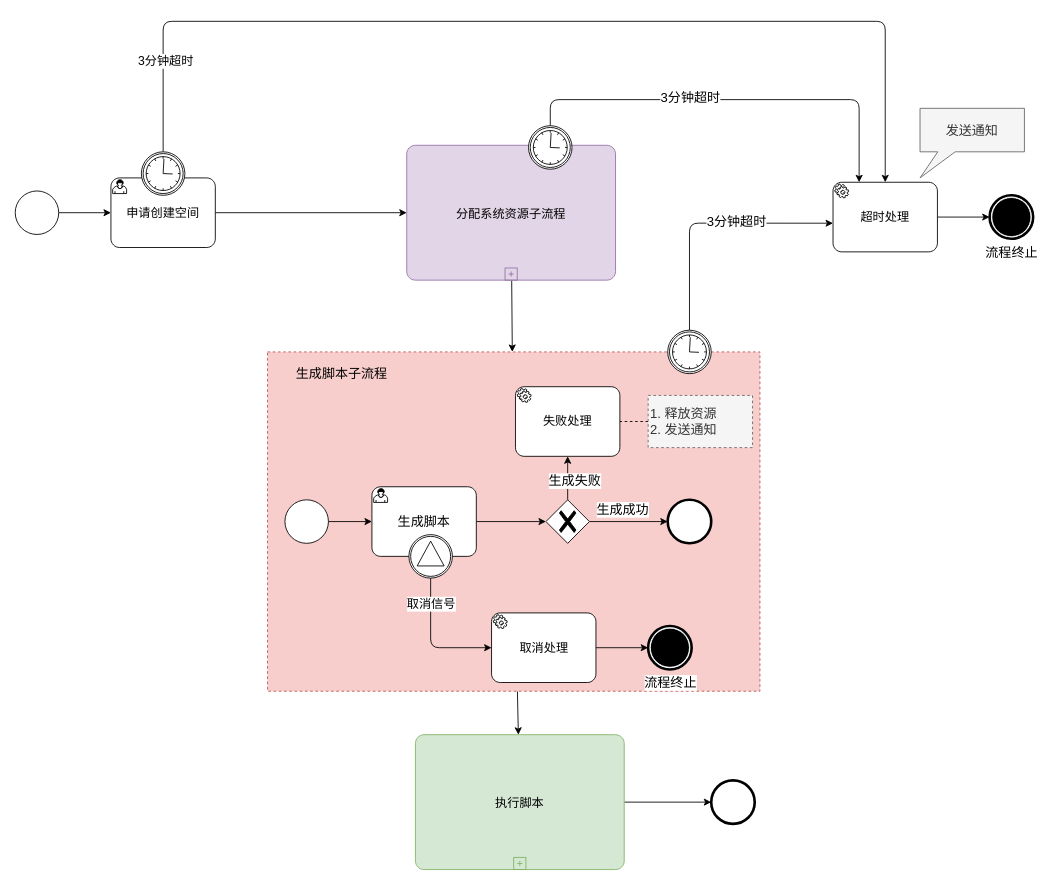
codepodspace/codepod-docs keeps this draw.io diagram as page "工作流-细化生成脚本" (3 of 6) of blog/business_observable/002/_design/design.drawio. Above is the earlier version. Source tidied: cells renumbered, new cells numbered last; positions are measured from the earlier drawing's top-left corner, leaving out a move shared by most shapes. Both pictures are drawn from the tidied source at 87%, with x=0, y=0 at pixel (15, 21).
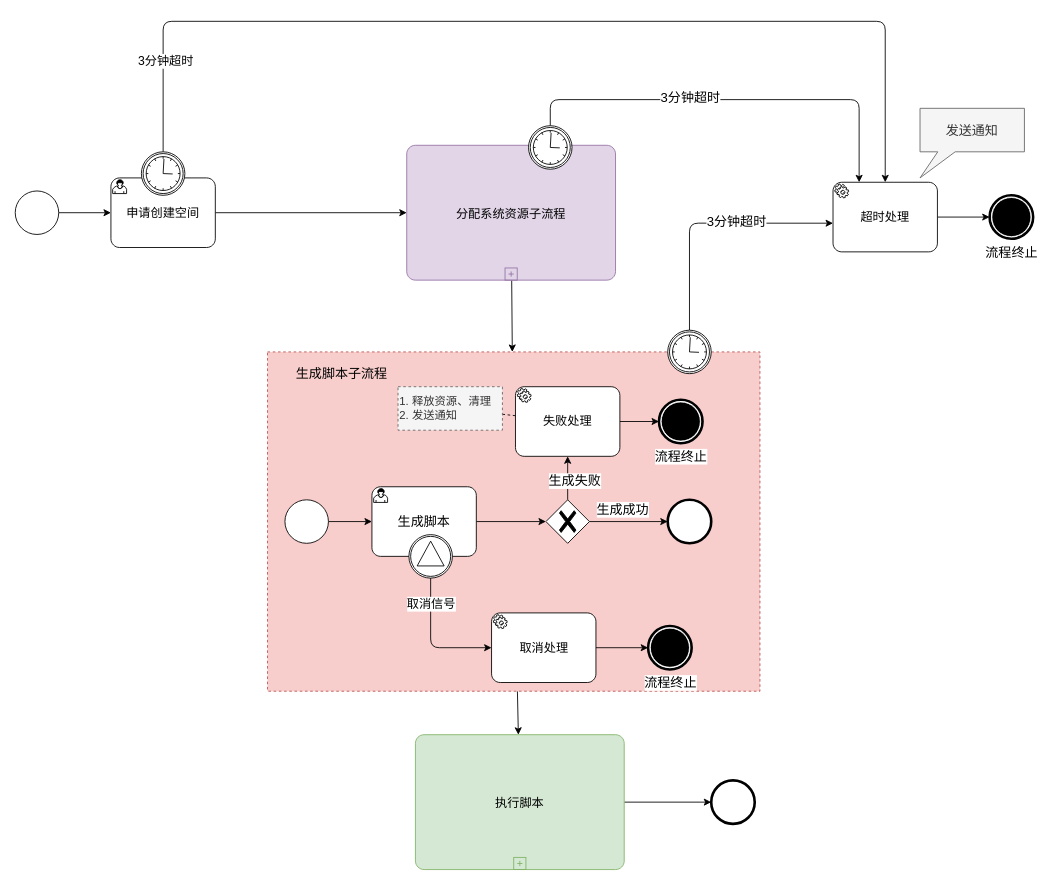
Above is the later version.

Unchanged cells that the change refers to:
```xml
<mxCell id="31" value="失败处理" style="points=[[0.25,0,0],[0.5,0,0],[0.75,0,0],[1,0.25,0],[1,0.5,0],[1,0.75,0],[0.75,1,0],[0.5,1,0],[0.25,1,0],[0,0.75,0],[0,0.5,0],[0,0.25,0]];shape=mxgraph.bpmn.task;whiteSpace=wrap;rectStyle=rounded;size=10;html=1;taskMarker=service;fontSize=14;" parent="1" vertex="1">
  <mxGeometry x="575" y="420" width="120" height="80" as="geometry" />
</mxCell>
```

Change to the diagram source:
```diff
@@
+    <mxCell id="46" style="edgeStyle=none;html=1;fontSize=13;" parent="1" edge="1" source="31" target="47">
+      <mxGeometry relative="1" as="geometry" />
+    </mxCell>
@@
-    <mxCell id="42" value="1. 释放资源&lt;br&gt;2. 发送通知" style="whiteSpace=wrap;html=1;fontSize=15;dashed=1;align=left;fillColor=#f5f5f5;fontColor=#333333;strokeColor=#666666;" parent="1" vertex="1">
-      <mxGeometry x="727.5" y="430" width="120" height="60" as="geometry" />
+    <mxCell id="42" value="1. 释放资源、清理&lt;br style=&quot;font-size: 13px;&quot;&gt;2. 发送通知" style="whiteSpace=wrap;html=1;fontSize=13;dashed=1;align=left;fillColor=#f5f5f5;fontColor=#333333;strokeColor=#666666;" parent="1" vertex="1">
+      <mxGeometry x="440" y="420" width="120" height="50" as="geometry" />
     </mxCell>
@@
+    <mxCell id="47" value="流程终止" style="points=[[0.145,0.145,0],[0.5,0,0],[0.855,0.145,0],[1,0.5,0],[0.855,0.855,0],[0.5,1,0],[0.145,0.855,0],[0,0.5,0]];shape=mxgraph.bpmn.event;html=1;verticalLabelPosition=bottom;labelBackgroundColor=#ffffff;verticalAlign=top;align=center;perimeter=ellipsePerimeter;outlineConnect=0;outline=end;symbol=terminate;fontSize=15;" parent="1" vertex="1">
+      <mxGeometry x="740" y="435" width="50" height="50" as="geometry" />
+    </mxCell>
```
